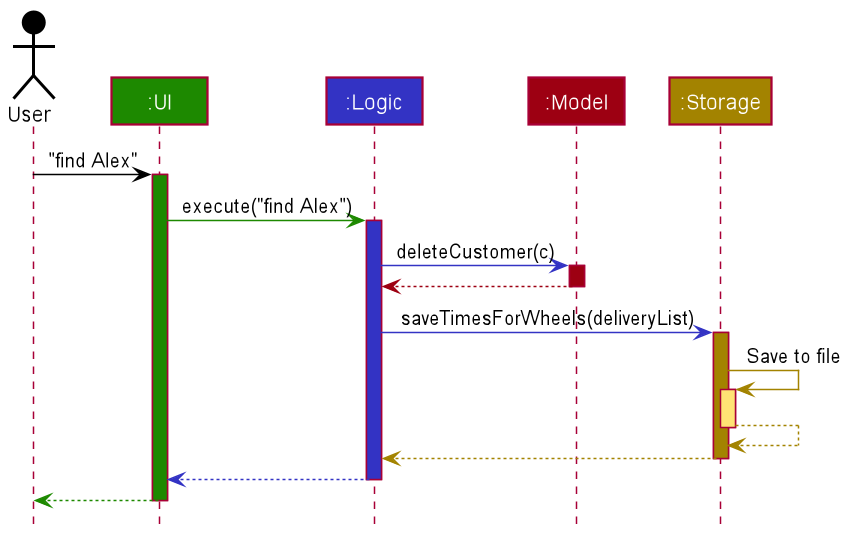
The PlantUML diagram docs/images/FindCommandSequenceDiagram.png in nus-cs2103-AY2021S2/tp, before a commit. Source of this version:
```plantuml
@startuml
!include style.puml

Actor User as user USER_COLOR
Participant ":UI" as ui UI_COLOR
Participant ":Logic" as logic LOGIC_COLOR
Participant ":Model" as model MODEL_COLOR
Participant ":Storage" as storage STORAGE_COLOR

user -[USER_COLOR]> ui : "find Alex"
activate ui UI_COLOR

ui -[UI_COLOR]> logic : execute("find Alex")
activate logic LOGIC_COLOR

logic -[LOGIC_COLOR]> model : deleteCustomer(c)
activate model MODEL_COLOR

model -[MODEL_COLOR]-> logic
deactivate model

logic -[LOGIC_COLOR]> storage : saveTimesForWheels(deliveryList)
activate storage STORAGE_COLOR

storage -[STORAGE_COLOR]> storage : Save to file
activate storage STORAGE_COLOR_T1
storage --[STORAGE_COLOR]> storage
deactivate storage

storage --[STORAGE_COLOR]> logic
deactivate storage

logic --[LOGIC_COLOR]> ui
deactivate logic

ui--[UI_COLOR]> user
deactivate ui
@enduml
```
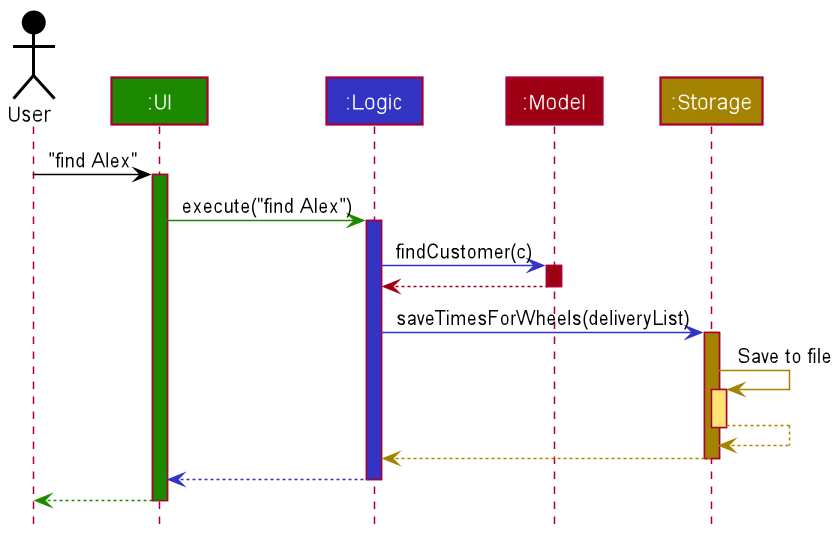
After the change.

Commit message:
Fix small error for the Find Command Sequence Diagram

Change to the diagram source:
```diff
@@ -13,7 +13,7 @@
 ui -[UI_COLOR]> logic : execute("find Alex")
 activate logic LOGIC_COLOR
 
-logic -[LOGIC_COLOR]> model : deleteCustomer(c)
+logic -[LOGIC_COLOR]> model : findCustomer(c)
 activate model MODEL_COLOR
 
 model -[MODEL_COLOR]-> logic
```
